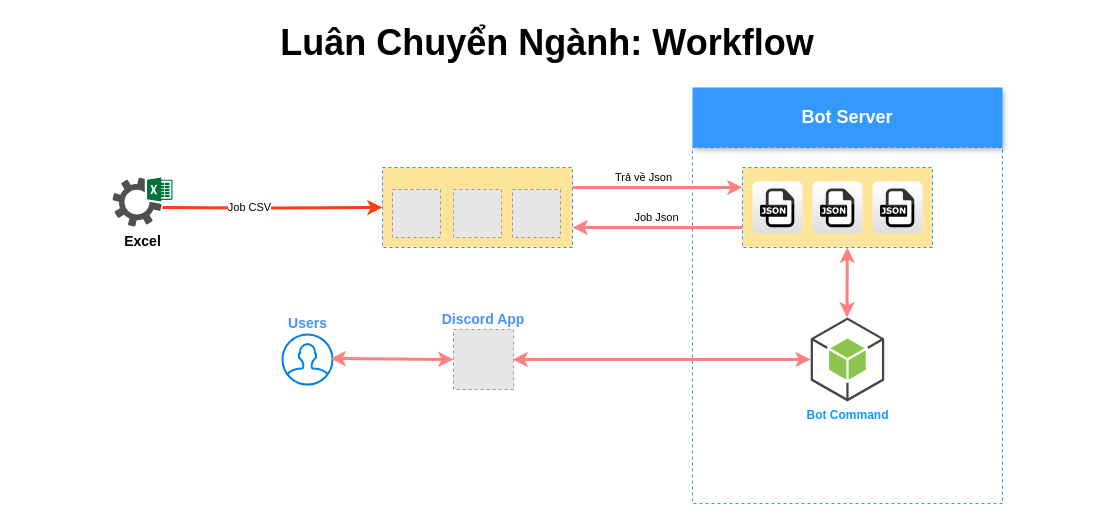
This is page "LCN Schema" (2 of 2) of Untitled Diagram.drawio from moondoan/chart, a draw.io file, before an edit. Source tidied: cells renumbered, new cells numbered last; positions are measured from the earlier drawing's top-left corner, leaving out a move shared by most shapes. Both pictures are drawn from the tidied source at 100%, with x=0, y=0 at pixel (17, 17). Pictures stored in the file or linked from it are replaced by grey dashed boxes.
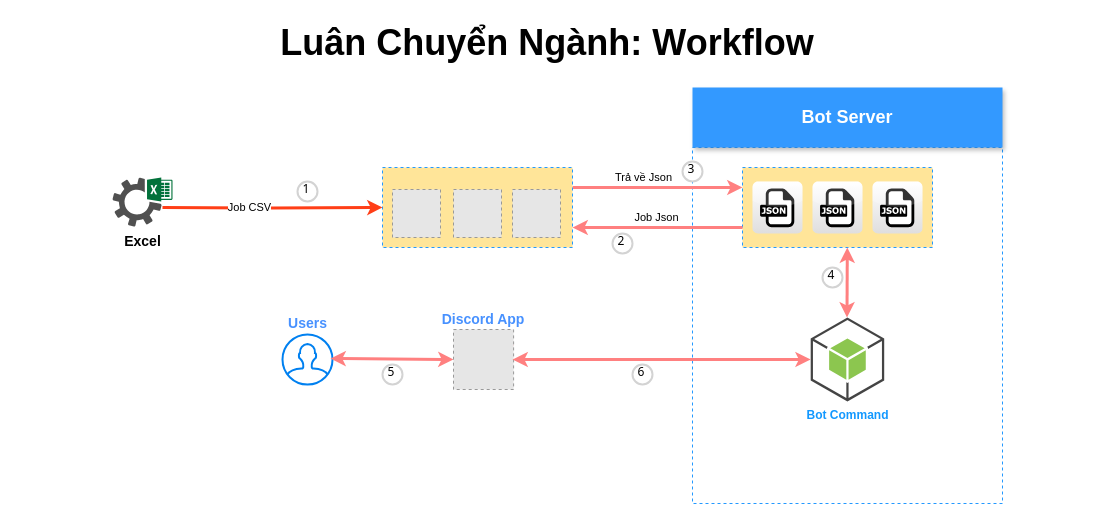
Above is the later version.

The edit, as a diff of the source:
```diff
@@
+    <mxCell id="27" value="1" style="ellipse;whiteSpace=wrap;html=1;strokeWidth=2;fontFamily=Tahoma;spacingBottom=4;spacingRight=2;strokeColor=#d3d3d3;" parent="1" vertex="1">
+      <mxGeometry x="280" y="164" width="20" height="20" as="geometry" />
+    </mxCell>
+    <mxCell id="28" value="2" style="ellipse;whiteSpace=wrap;html=1;strokeWidth=2;fontFamily=Tahoma;spacingBottom=4;spacingRight=2;strokeColor=#d3d3d3;" parent="1" vertex="1">
+      <mxGeometry x="595" y="216" width="20" height="20" as="geometry" />
+    </mxCell>
+    <mxCell id="29" value="3" style="ellipse;whiteSpace=wrap;html=1;strokeWidth=2;fontFamily=Tahoma;spacingBottom=4;spacingRight=2;strokeColor=#d3d3d3;" parent="1" vertex="1">
+      <mxGeometry x="665" y="144" width="20" height="20" as="geometry" />
+    </mxCell>
+    <mxCell id="30" value="4" style="ellipse;whiteSpace=wrap;html=1;strokeWidth=2;fontFamily=Tahoma;spacingBottom=4;spacingRight=2;strokeColor=#d3d3d3;" parent="1" vertex="1">
+      <mxGeometry x="805" y="250" width="20" height="20" as="geometry" />
+    </mxCell>
+    <mxCell id="31" value="5" style="ellipse;whiteSpace=wrap;html=1;strokeWidth=2;fontFamily=Tahoma;spacingBottom=4;spacingRight=2;strokeColor=#d3d3d3;" parent="1" vertex="1">
+      <mxGeometry x="365" y="347" width="20" height="20" as="geometry" />
+    </mxCell>
+    <mxCell id="32" value="6" style="ellipse;whiteSpace=wrap;html=1;strokeWidth=2;fontFamily=Tahoma;spacingBottom=4;spacingRight=2;strokeColor=#d3d3d3;" parent="1" vertex="1">
+      <mxGeometry x="615" y="347" width="20" height="20" as="geometry" />
+    </mxCell>
```
